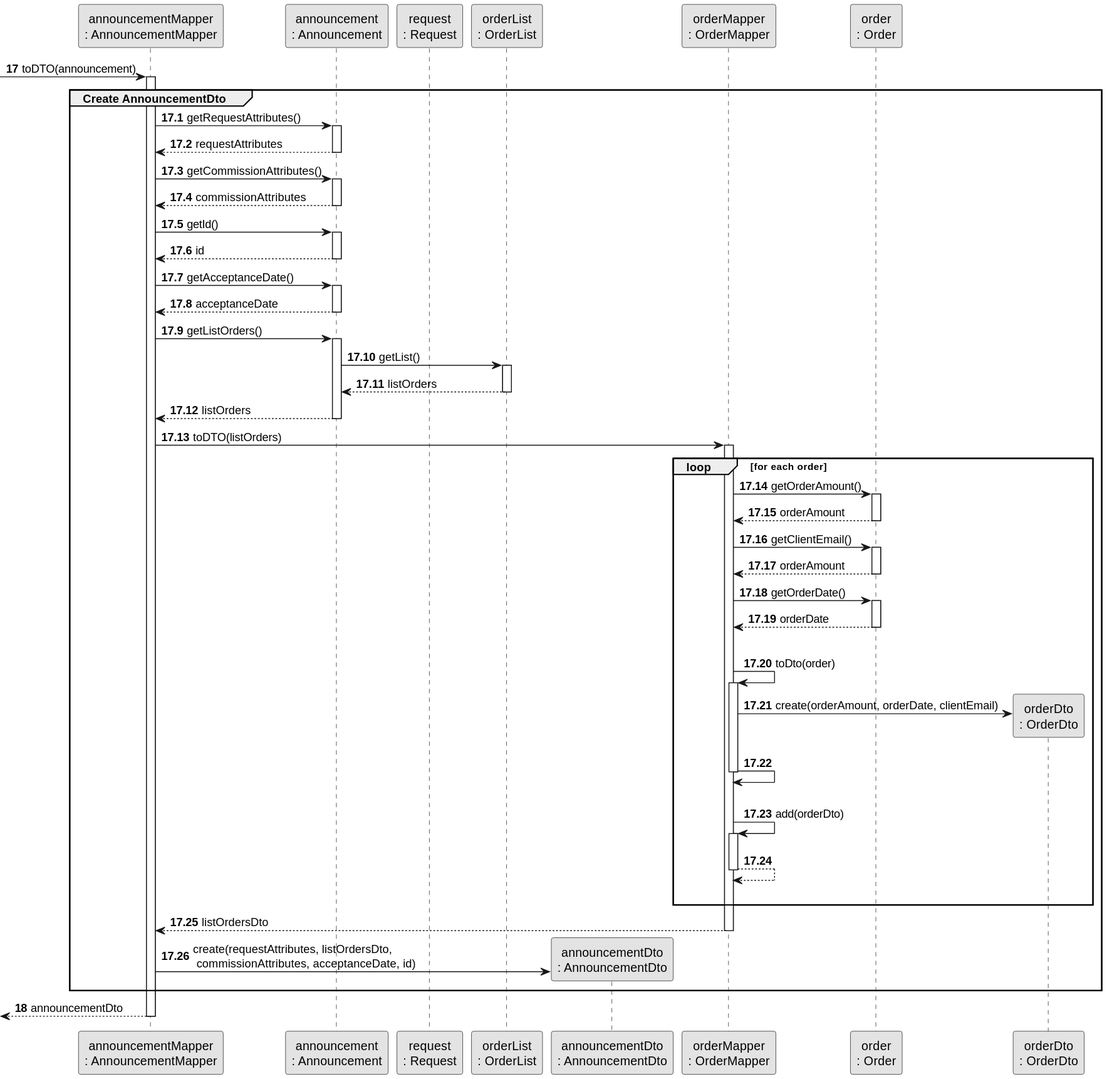
Above: docs/sprintC/us011/03.design/svg/us011-sequence-diagram-partial-create-announcementDto.svg in rita-barbosa/LAPR2-2223 (PlantUML), before the change.
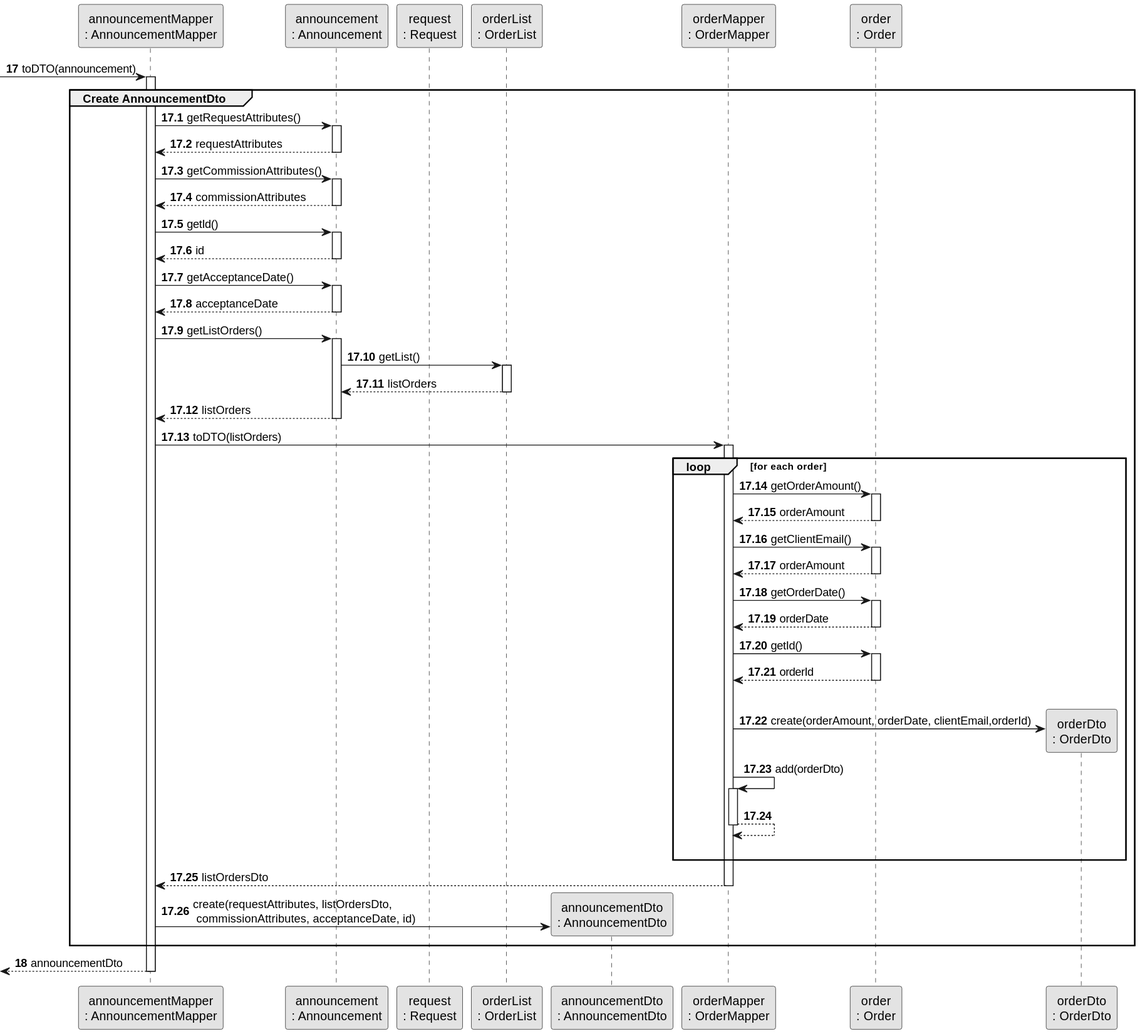
After the commit.

Commit message:
Update diagrams: sequence & class [US011][Design][#05 Task]

Diff of the diagram source:
```diff
@@ -70,15 +70,13 @@
                      Order --> OrderMapper : orderDate
                      deactivate Order
 
-                    |||
-                    OrderMapper -> OrderMapper : toDto(order)
-                    activate OrderMapper
+                     OrderMapper -> Order : getId()
+                     activate Order
+                     Order--> OrderMapper: orderId
+                     deactivate Order
+                     |||
+                     OrderMapper -> OrderDTO** : create(orderAmount, orderDate, clientEmail,orderId)
 
-                     OrderMapper -> OrderDTO** : create(orderAmount, orderDate, clientEmail)
-
-                     OrderMapper -> OrderMapper :
-                     deactivate OrderMapper
-                     |||
                      OrderMapper -> OrderMapper : add(orderDto)
                      activate OrderMapper
                      OrderMapper --> OrderMapper
```
